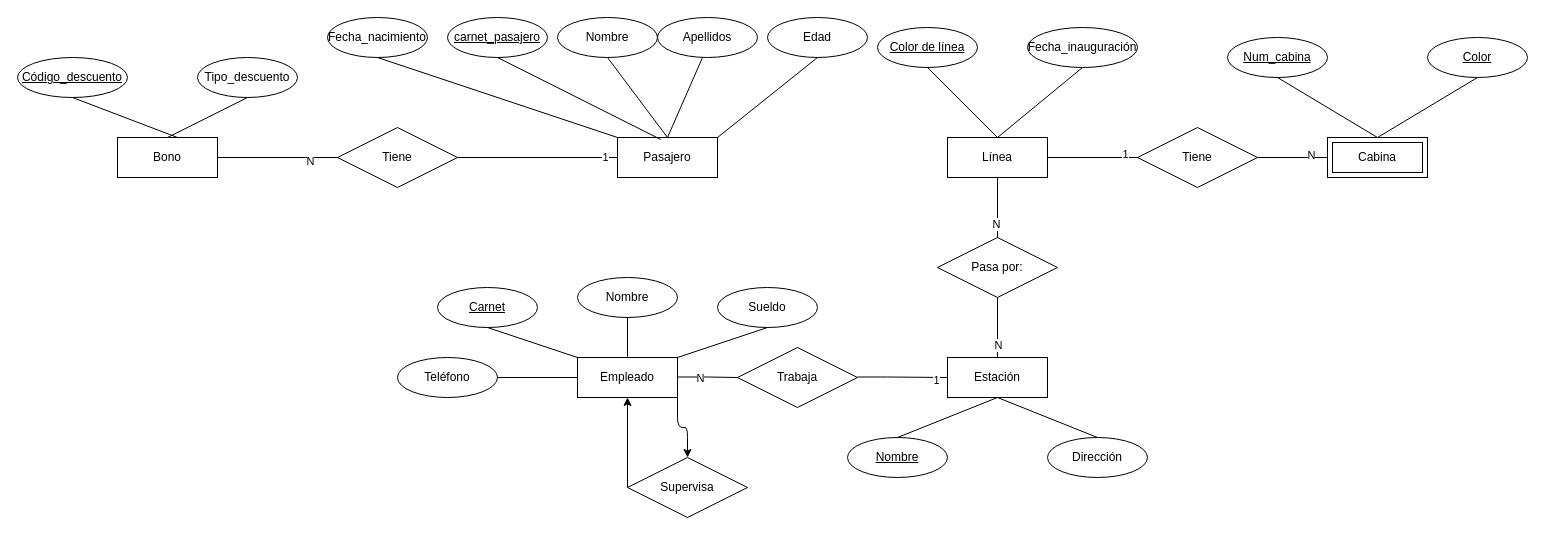
Earlier version of the draw.io diagram miteleferico_chen.drawio (santiagozb/Base-de-datos-1). Source tidied: cells renumbered, new cells numbered last; positions are measured from the earlier drawing's top-left corner, leaving out a move shared by most shapes. Both pictures are drawn from the tidied source at 100%, with x=0, y=0 at pixel (17, 17).
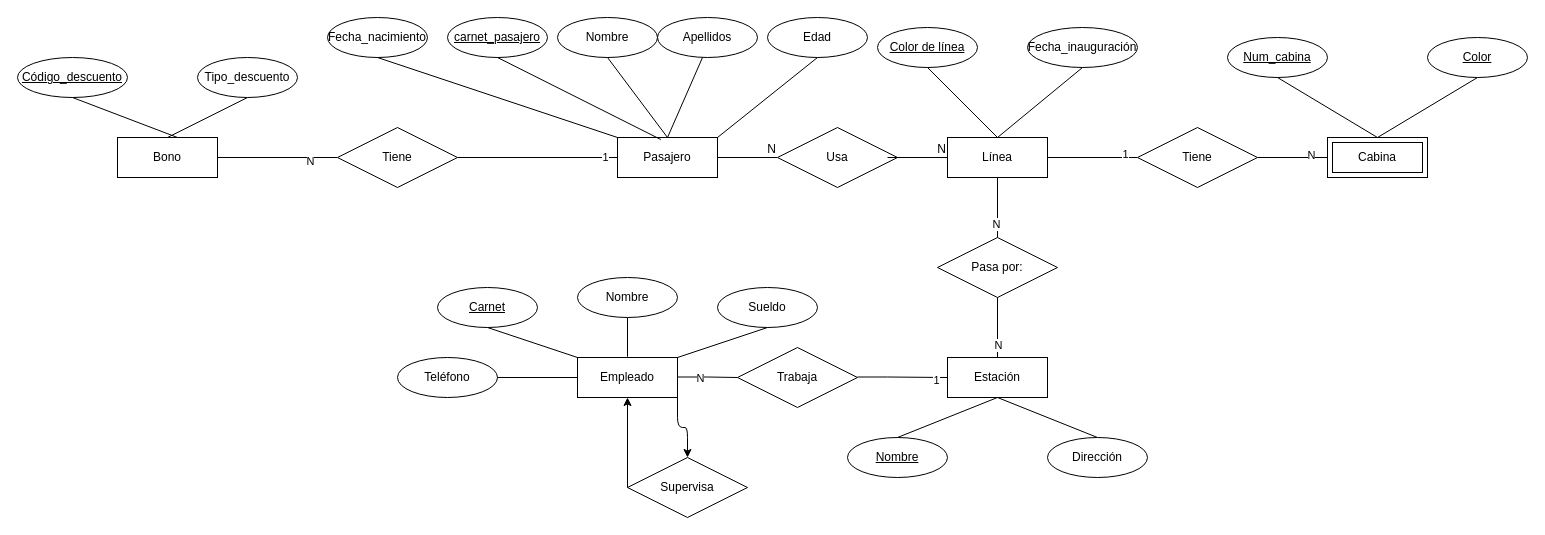
After the change.

Unchanged cells that the change refers to:
```xml
<mxCell id="2" value="Línea" style="whiteSpace=wrap;html=1;align=center;" parent="1" vertex="1">
  <mxGeometry x="930" y="120" width="100" height="40" as="geometry" />
</mxCell>
```

The edit, as a diff of the source:
```diff
@@
+    <mxCell id="65" value="Usa" style="shape=rhombus;perimeter=rhombusPerimeter;whiteSpace=wrap;html=1;align=center;" parent="1" vertex="1">
+      <mxGeometry x="760" y="110" width="120" height="60" as="geometry" />
+    </mxCell>
+    <mxCell id="66" style="endArrow=none;html=1;rounded=0;entryX=0;entryY=0.5;entryDx=0;entryDy=0;" parent="1" edge="1" target="65">
+      <mxGeometry relative="1" as="geometry">
+        <mxPoint x="700" y="140" as="sourcePoint" />
+      </mxGeometry>
+    </mxCell>
+    <mxCell id="67" value="N" style="html=1;whiteSpace=wrap;align=right;verticalAlign=bottom;" parent="66" vertex="1">
+      <mxGeometry x="1" relative="1" as="geometry" />
+    </mxCell>
+    <mxCell id="68" style="endArrow=none;html=1;rounded=0;entryX=0;entryY=0.5;entryDx=0;entryDy=0;" parent="1" edge="1" target="2">
+      <mxGeometry relative="1" as="geometry">
+        <mxPoint x="870" y="140" as="sourcePoint" />
+      </mxGeometry>
+    </mxCell>
+    <mxCell id="69" value="N" style="html=1;whiteSpace=wrap;align=right;verticalAlign=bottom;" parent="68" vertex="1">
+      <mxGeometry x="1" relative="1" as="geometry" />
+    </mxCell>
```
